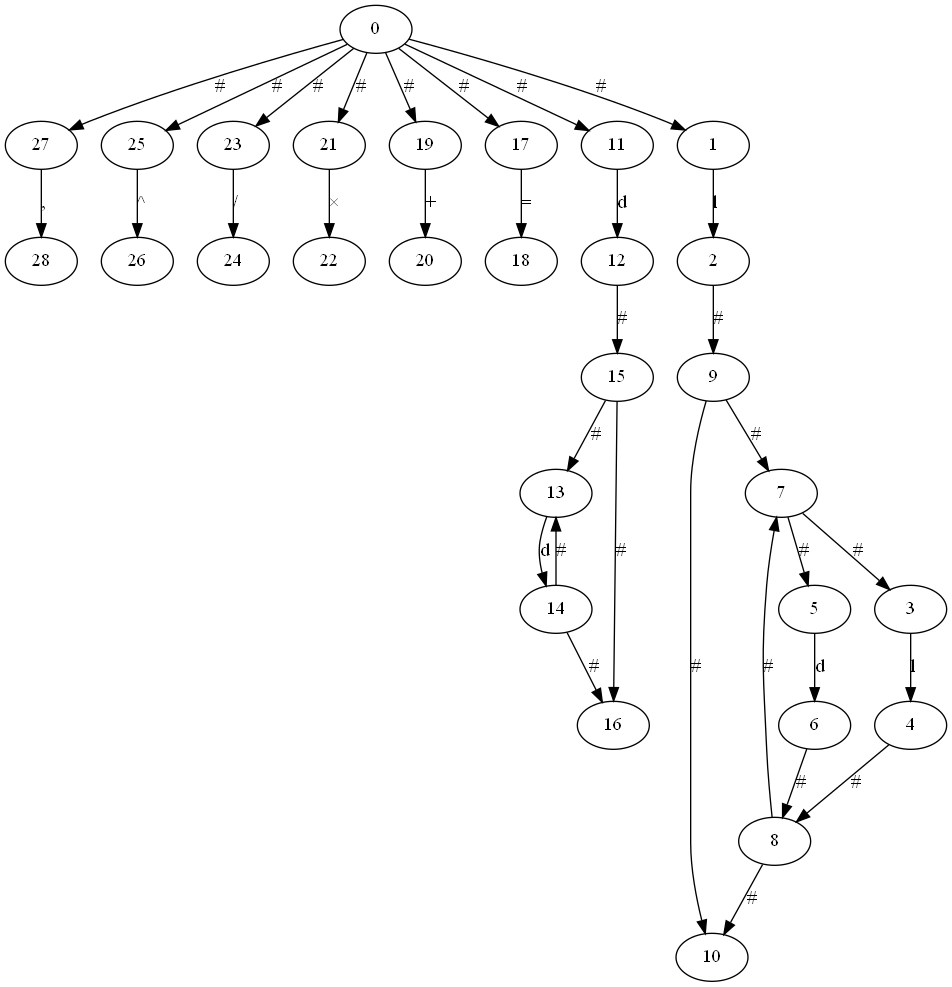
Before: NFAs.gv.png, a diagram exported from Graphviz (FanqingM/Compilation-principle). Its source is kept beside it as NFAs.gv.
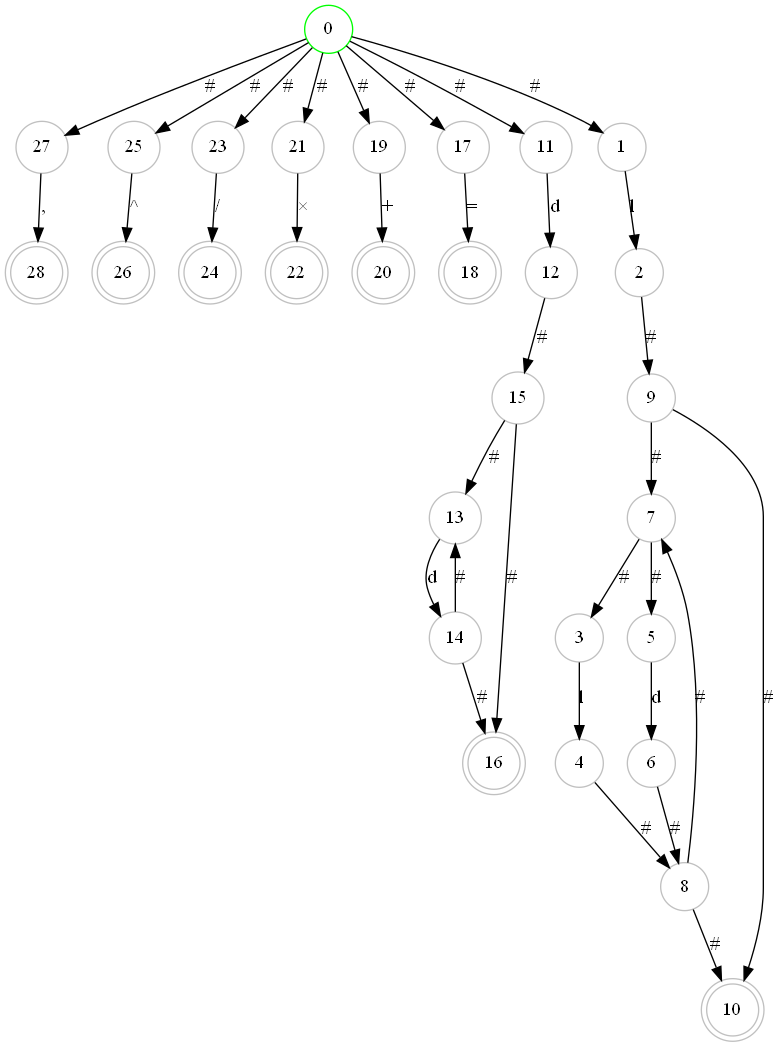
The same file after the commit.

Change to the diagram source:
```diff
@@ -1,35 +1,101 @@
 digraph G {
+	0 [label=0 color=green shape=circle]
+	27 [label=27 color=grey shape=circle]
 	0 -> 27 [label="#"]
+	0 [label=0 color=green shape=circle]
+	25 [label=25 color=grey shape=circle]
 	0 -> 25 [label="#"]
+	0 [label=0 color=green shape=circle]
+	23 [label=23 color=grey shape=circle]
 	0 -> 23 [label="#"]
+	0 [label=0 color=green shape=circle]
+	21 [label=21 color=grey shape=circle]
 	0 -> 21 [label="#"]
+	0 [label=0 color=green shape=circle]
+	19 [label=19 color=grey shape=circle]
 	0 -> 19 [label="#"]
+	0 [label=0 color=green shape=circle]
+	17 [label=17 color=grey shape=circle]
 	0 -> 17 [label="#"]
+	0 [label=0 color=green shape=circle]
+	11 [label=11 color=grey shape=circle]
 	0 -> 11 [label="#"]
+	0 [label=0 color=green shape=circle]
+	1 [label=1 color=grey shape=circle]
 	0 -> 1 [label="#"]
+	9 [label=9 color=grey shape=circle]
+	7 [label=7 color=grey shape=circle]
+	9 -> 7 [label="#"]
+	1 [label=1 color=grey shape=circle]
+	2 [label=2 color=grey shape=circle]
+	1 -> 2 [label=l]
+	2 [label=2 color=grey shape=circle]
+	9 [label=9 color=grey shape=circle]
+	2 -> 9 [label="#"]
+	3 [label=3 color=grey shape=circle]
+	4 [label=4 color=grey shape=circle]
+	3 -> 4 [label=l]
+	8 [label=8 color=grey shape=circle]
+	10 [label=10 color=grey shape=doublecircle]
+	8 -> 10 [label="#"]
+	8 [label=8 color=grey shape=circle]
+	7 [label=7 color=grey shape=circle]
+	8 -> 7 [label="#"]
+	5 [label=5 color=grey shape=circle]
+	6 [label=6 color=grey shape=circle]
+	5 -> 6 [label=d]
+	9 [label=9 color=grey shape=circle]
+	10 [label=10 color=grey shape=doublecircle]
+	9 -> 10 [label="#"]
+	7 [label=7 color=grey shape=circle]
+	3 [label=3 color=grey shape=circle]
+	7 -> 3 [label="#"]
+	6 [label=6 color=grey shape=circle]
+	8 [label=8 color=grey shape=circle]
 	6 -> 8 [label="#"]
-	8 -> 10 [label="#"]
-	5 -> 6 [label=d]
+	4 [label=4 color=grey shape=circle]
+	8 [label=8 color=grey shape=circle]
 	4 -> 8 [label="#"]
+	7 [label=7 color=grey shape=circle]
+	5 [label=5 color=grey shape=circle]
 	7 -> 5 [label="#"]
-	9 -> 10 [label="#"]
-	2 -> 9 [label="#"]
-	9 -> 7 [label="#"]
-	1 -> 2 [label=l]
-	3 -> 4 [label=l]
-	7 -> 3 [label="#"]
-	8 -> 7 [label="#"]
+	12 [label=12 color=grey shape=circle]
+	15 [label=15 color=grey shape=circle]
+	12 -> 15 [label="#"]
+	13 [label=13 color=grey shape=circle]
+	14 [label=14 color=grey shape=circle]
+	13 -> 14 [label=d]
+	11 [label=11 color=grey shape=circle]
+	12 [label=12 color=grey shape=circle]
+	11 -> 12 [label=d]
+	14 [label=14 color=grey shape=circle]
+	13 [label=13 color=grey shape=circle]
 	14 -> 13 [label="#"]
+	15 [label=15 color=grey shape=circle]
+	13 [label=13 color=grey shape=circle]
+	15 -> 13 [label="#"]
+	14 [label=14 color=grey shape=circle]
+	16 [label=16 color=grey shape=doublecircle]
 	14 -> 16 [label="#"]
-	13 -> 14 [label=d]
-	15 -> 13 [label="#"]
-	11 -> 12 [label=d]
+	15 [label=15 color=grey shape=circle]
+	16 [label=16 color=grey shape=doublecircle]
 	15 -> 16 [label="#"]
-	12 -> 15 [label="#"]
+	17 [label=17 color=grey shape=circle]
+	18 [label=18 color=grey shape=doublecircle]
 	17 -> 18 [label="="]
+	19 [label=19 color=grey shape=circle]
+	20 [label=20 color=grey shape=doublecircle]
 	19 -> 20 [label="+"]
+	21 [label=21 color=grey shape=circle]
+	22 [label=22 color=grey shape=doublecircle]
 	21 -> 22 [label="×"]
+	23 [label=23 color=grey shape=circle]
+	24 [label=24 color=grey shape=doublecircle]
 	23 -> 24 [label="/"]
+	25 [label=25 color=grey shape=circle]
+	26 [label=26 color=grey shape=doublecircle]
 	25 -> 26 [label="^"]
+	27 [label=27 color=grey shape=circle]
+	28 [label=28 color=grey shape=doublecircle]
 	27 -> 28 [label=","]
 }
```
